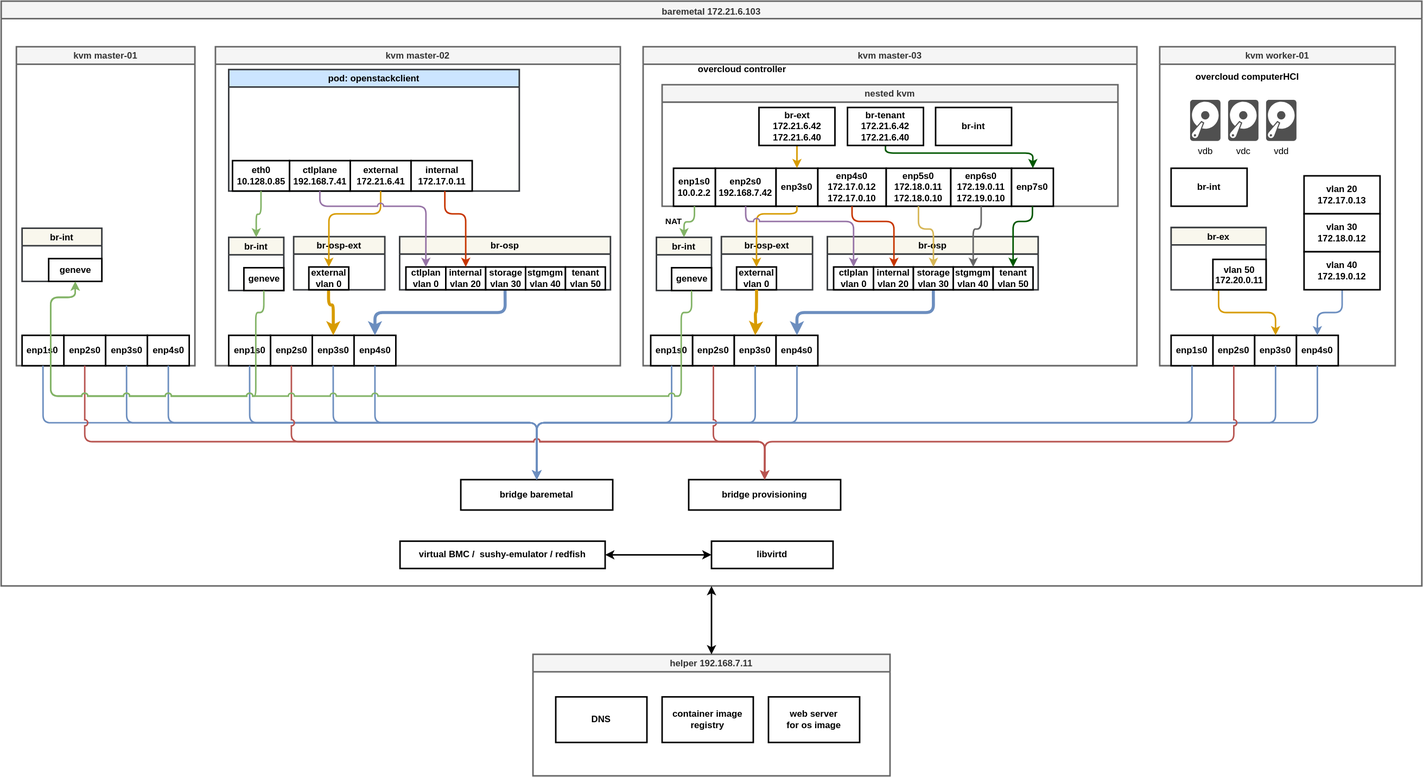
Above: ocp4/4.11/dia/ocp.osp.drawio.svg in wangzheng422/docker_env (draw.io), before the change. Source tidied: cells renumbered, new cells last; positions are measured from the earlier drawing's top-left corner, leaving out a move shared by most shapes.
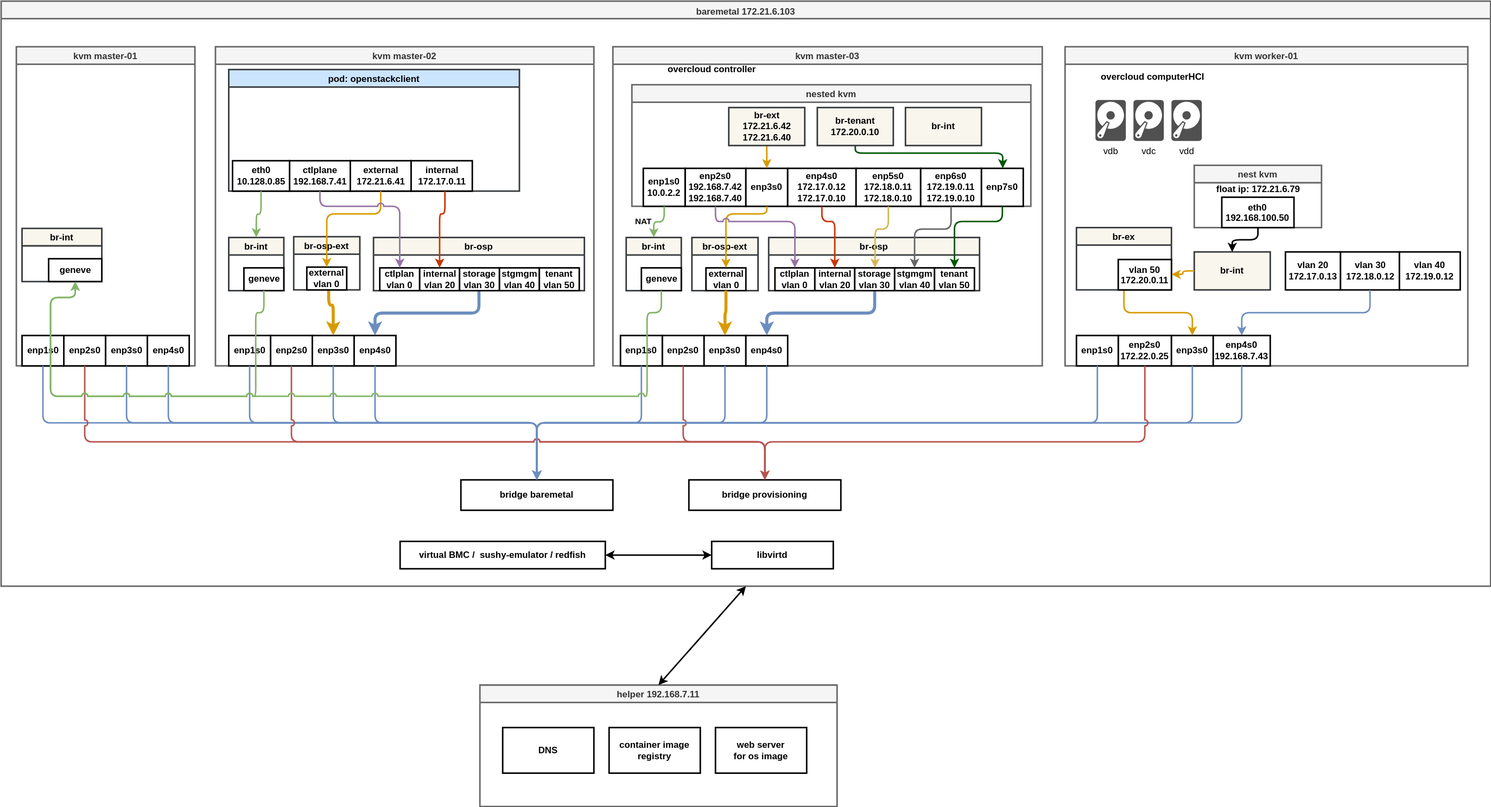
Above is the later version.

Commit message:
deploy: c0e6d85ee0d58358466898e2a4029cdd345dc902

What changed in the source:
```diff
@@ -3,7 +3,7 @@
     <mxCell id="0" />
     <mxCell id="1" parent="0" />
     <mxCell id="2" value="baremetal 172.21.6.103" style="swimlane;strokeWidth=2;verticalAlign=top;fillColor=#f5f5f5;fontColor=#333333;strokeColor=#666666;" parent="1" vertex="1">
-      <mxGeometry width="1870" height="770" as="geometry" />
+      <mxGeometry y="-40" width="1960" height="770" as="geometry" />
     </mxCell>
     <mxCell id="3" value="&lt;b&gt;virtual BMC /&amp;nbsp; sushy-emulator / redfish&lt;/b&gt;" style="rounded=0;whiteSpace=wrap;html=1;strokeWidth=2;" parent="2" vertex="1">
       <mxGeometry x="525" y="711" width="270" height="36" as="geometry" />
@@ -36,7 +36,7 @@
       <mxGeometry x="35" y="40" width="70" height="30" as="geometry" />
     </mxCell>
     <mxCell id="13" value="kvm master-02" style="swimlane;strokeWidth=2;fillColor=#f5f5f5;fontColor=#333333;strokeColor=#666666;" parent="2" vertex="1">
-      <mxGeometry x="282" y="60" width="533" height="420" as="geometry" />
+      <mxGeometry x="282" y="60" width="498" height="420" as="geometry" />
     </mxCell>
     <mxCell id="14" value="&lt;b&gt;enp2s0&lt;/b&gt;" style="rounded=0;whiteSpace=wrap;html=1;strokeWidth=2;" parent="13" vertex="1">
       <mxGeometry x="72.5" y="380" width="55" height="40" as="geometry" />
@@ -78,7 +78,7 @@
       <mxGeometry relative="1" as="geometry" />
     </mxCell>
     <mxCell id="27" value="br-osp" style="swimlane;strokeWidth=2;fillColor=#f9f7ed;strokeColor=#36393d;" parent="13" vertex="1">
-      <mxGeometry x="242.5" y="250" width="277.5" height="70" as="geometry" />
+      <mxGeometry x="208" y="251" width="277.5" height="70" as="geometry" />
     </mxCell>
     <mxCell id="28" value="&lt;b&gt;ctlplan&lt;br&gt;vlan 0&lt;br&gt;&lt;/b&gt;" style="rounded=0;whiteSpace=wrap;html=1;strokeWidth=2;" parent="27" vertex="1">
       <mxGeometry x="8.2" y="40" width="52.5" height="30" as="geometry" />
@@ -105,16 +105,16 @@
       </mxGeometry>
     </mxCell>
     <mxCell id="34" value="br-osp-ext" style="swimlane;strokeWidth=2;fillColor=#f9f7ed;strokeColor=#36393d;" parent="13" vertex="1">
-      <mxGeometry x="103" y="250" width="120" height="70" as="geometry" />
+      <mxGeometry x="103" y="250" width="87" height="70" as="geometry" />
     </mxCell>
     <mxCell id="35" value="&lt;b&gt;external&lt;br&gt;vlan 0&lt;br&gt;&lt;/b&gt;" style="rounded=0;whiteSpace=wrap;html=1;strokeWidth=2;" parent="34" vertex="1">
-      <mxGeometry x="20" y="40" width="52.5" height="30" as="geometry" />
+      <mxGeometry x="17.2" y="40" width="52.5" height="30" as="geometry" />
     </mxCell>
     <mxCell id="36" style="edgeStyle=orthogonalEdgeStyle;jumpStyle=arc;html=1;strokeWidth=2;fillColor=#ffe6cc;strokeColor=#d79b00;exitX=0.5;exitY=1;exitDx=0;exitDy=0;entryX=0.5;entryY=0;entryDx=0;entryDy=0;" parent="13" edge="1" source="20" target="35">
       <mxGeometry relative="1" as="geometry">
         <Array as="points">
           <mxPoint x="218" y="220" />
-          <mxPoint x="149" y="220" />
+          <mxPoint x="147" y="220" />
         </Array>
       </mxGeometry>
     </mxCell>
@@ -122,7 +122,8 @@
       <mxGeometry relative="1" as="geometry">
         <Array as="points">
           <mxPoint x="138" y="210" />
-          <mxPoint x="277" y="210" />
+          <mxPoint x="243" y="210" />
+          <mxPoint x="243" y="291" />
         </Array>
       </mxGeometry>
     </mxCell>
@@ -130,17 +131,17 @@
       <mxGeometry relative="1" as="geometry">
         <Array as="points">
           <mxPoint x="302" y="220" />
-          <mxPoint x="329" y="220" />
+          <mxPoint x="295" y="220" />
         </Array>
       </mxGeometry>
     </mxCell>
     <mxCell id="39" value="kvm master-03" style="swimlane;strokeWidth=2;fillColor=#f5f5f5;fontColor=#333333;strokeColor=#666666;" parent="2" vertex="1">
-      <mxGeometry x="845" y="60" width="650" height="420" as="geometry" />
+      <mxGeometry x="805" y="60" width="565" height="420" as="geometry" />
     </mxCell>
     <mxCell id="40" value="nested kvm" style="swimlane;strokeWidth=2;fillColor=#f5f5f5;fontColor=#333333;strokeColor=#666666;" parent="39" vertex="1">
-      <mxGeometry x="25" y="50" width="600" height="160" as="geometry" />
+      <mxGeometry x="25" y="50" width="525" height="160" as="geometry" />
     </mxCell>
-    <mxCell id="41" value="&lt;b&gt;enp2s0&lt;/b&gt;&lt;br&gt;&lt;b&gt;192.168.7.42&lt;/b&gt;" style="rounded=0;whiteSpace=wrap;html=1;strokeWidth=2;" parent="40" vertex="1">
+    <mxCell id="41" value="&lt;b&gt;enp2s0&lt;/b&gt;&lt;br&gt;&lt;b&gt;192.168.7.42&lt;br&gt;192.168.7.40&lt;br&gt;&lt;/b&gt;" style="rounded=0;whiteSpace=wrap;html=1;strokeWidth=2;" parent="40" vertex="1">
       <mxGeometry x="70" y="110" width="80" height="50" as="geometry" />
     </mxCell>
     <mxCell id="42" value="&lt;b&gt;enp3s0&lt;/b&gt;" style="rounded=0;whiteSpace=wrap;html=1;strokeWidth=2;" parent="40" vertex="1">
@@ -164,7 +165,7 @@
     <mxCell id="48" style="edgeStyle=orthogonalEdgeStyle;jumpStyle=arc;html=1;strokeWidth=2;fillColor=#ffe6cc;strokeColor=#d79b00;" parent="40" edge="1" source="49" target="42">
       <mxGeometry relative="1" as="geometry" />
     </mxCell>
-    <mxCell id="49" value="&lt;b&gt;br-ext&lt;/b&gt;&lt;br&gt;&lt;b&gt;172.21.6.42&lt;/b&gt;&lt;br&gt;&lt;b&gt;172.21.6.40&lt;/b&gt;" style="rounded=0;whiteSpace=wrap;html=1;strokeWidth=2;" parent="40" vertex="1">
+    <mxCell id="49" value="&lt;b&gt;br-ext&lt;/b&gt;&lt;br&gt;&lt;b&gt;172.21.6.42&lt;/b&gt;&lt;br&gt;&lt;b&gt;172.21.6.40&lt;/b&gt;" style="rounded=0;whiteSpace=wrap;html=1;strokeWidth=2;fillColor=#f9f7ed;strokeColor=#36393d;" parent="40" vertex="1">
       <mxGeometry x="127.5" y="30" width="100" height="50" as="geometry" />
     </mxCell>
     <mxCell id="50" style="edgeStyle=orthogonalEdgeStyle;jumpStyle=arc;html=1;strokeWidth=2;fillColor=#008a00;strokeColor=#005700;" parent="40" edge="1" source="51" target="47">
@@ -175,10 +176,10 @@
         </Array>
       </mxGeometry>
     </mxCell>
-    <mxCell id="51" value="&lt;b&gt;br-tenant&lt;/b&gt;&lt;br&gt;&lt;b&gt;172.21.6.42&lt;/b&gt;&lt;br&gt;&lt;b&gt;172.21.6.40&lt;/b&gt;" style="rounded=0;whiteSpace=wrap;html=1;strokeWidth=2;" parent="40" vertex="1">
+    <mxCell id="51" value="&lt;b&gt;br-tenant&lt;/b&gt;&lt;br&gt;&lt;b&gt;172.20.0.10&lt;/b&gt;" style="rounded=0;whiteSpace=wrap;html=1;strokeWidth=2;fillColor=#f9f7ed;strokeColor=#36393d;" parent="40" vertex="1">
       <mxGeometry x="244" y="30" width="100" height="50" as="geometry" />
     </mxCell>
-    <mxCell id="52" value="&lt;b&gt;br-int&lt;/b&gt;" style="rounded=0;whiteSpace=wrap;html=1;strokeWidth=2;" parent="40" vertex="1">
+    <mxCell id="52" value="&lt;b&gt;br-int&lt;/b&gt;" style="rounded=0;whiteSpace=wrap;html=1;strokeWidth=2;fillColor=#f9f7ed;strokeColor=#36393d;" parent="40" vertex="1">
       <mxGeometry x="360" y="30" width="100" height="50" as="geometry" />
     </mxCell>
     <mxCell id="53" value="&lt;b&gt;overcloud controller&lt;/b&gt;" style="text;html=1;align=center;verticalAlign=middle;strokeColor=none;fillColor=none;strokeWidth=2;" parent="39" vertex="1">
@@ -206,7 +207,7 @@
       <mxGeometry relative="1" as="geometry" />
     </mxCell>
     <mxCell id="61" value="br-osp" style="swimlane;strokeWidth=2;fillColor=#f9f7ed;strokeColor=#36393d;" parent="39" vertex="1">
-      <mxGeometry x="242.5" y="250" width="277.5" height="70" as="geometry" />
+      <mxGeometry x="205" y="251" width="277.5" height="70" as="geometry" />
     </mxCell>
     <mxCell id="62" value="&lt;b&gt;ctlplan&lt;br&gt;vlan 0&lt;br&gt;&lt;/b&gt;" style="rounded=0;whiteSpace=wrap;html=1;strokeWidth=2;" parent="61" vertex="1">
       <mxGeometry x="8.2" y="40" width="52.5" height="30" as="geometry" />
@@ -224,10 +225,10 @@
       <mxGeometry x="218.2" y="40" width="52.5" height="30" as="geometry" />
     </mxCell>
     <mxCell id="67" value="br-osp-ext" style="swimlane;strokeWidth=2;fillColor=#f9f7ed;strokeColor=#36393d;" parent="39" vertex="1">
-      <mxGeometry x="103" y="250" width="120" height="70" as="geometry" />
+      <mxGeometry x="104" y="251" width="87" height="70" as="geometry" />
     </mxCell>
     <mxCell id="68" value="&lt;b&gt;external&lt;br&gt;vlan 0&lt;br&gt;&lt;/b&gt;" style="rounded=0;whiteSpace=wrap;html=1;strokeWidth=2;" parent="67" vertex="1">
-      <mxGeometry x="20" y="40" width="52.5" height="30" as="geometry" />
+      <mxGeometry x="18.5" y="40" width="52.5" height="30" as="geometry" />
     </mxCell>
     <mxCell id="69" style="edgeStyle=orthogonalEdgeStyle;jumpStyle=arc;html=1;entryX=0.5;entryY=0;entryDx=0;entryDy=0;strokeWidth=2;fillColor=#ffe6cc;strokeColor=#d79b00;" parent="39" edge="1" source="42" target="68">
       <mxGeometry relative="1" as="geometry">
@@ -247,7 +248,8 @@
       <mxGeometry relative="1" as="geometry">
         <Array as="points">
           <mxPoint x="513" y="230" />
-          <mxPoint x="487" y="230" />
+          <mxPoint x="450" y="230" />
+          <mxPoint x="450" y="291" />
         </Array>
       </mxGeometry>
     </mxCell>
@@ -255,7 +257,8 @@
       <mxGeometry relative="1" as="geometry">
         <Array as="points">
           <mxPoint x="135" y="230" />
-          <mxPoint x="277" y="230" />
+          <mxPoint x="240" y="230" />
+          <mxPoint x="240" y="291" />
         </Array>
       </mxGeometry>
     </mxCell>
@@ -263,8 +266,7 @@
       <mxGeometry relative="1" as="geometry">
         <Array as="points">
           <mxPoint x="275" y="230" />
-          <mxPoint x="330" y="230" />
-          <mxPoint x="330" y="290" />
+          <mxPoint x="292" y="230" />
         </Array>
       </mxGeometry>
     </mxCell>
@@ -272,7 +274,7 @@
       <mxGeometry relative="1" as="geometry">
         <Array as="points">
           <mxPoint x="363" y="240" />
-          <mxPoint x="382" y="240" />
+          <mxPoint x="345" y="240" />
         </Array>
       </mxGeometry>
     </mxCell>
@@ -280,12 +282,12 @@
       <mxGeometry relative="1" as="geometry">
         <Array as="points">
           <mxPoint x="445" y="240" />
-          <mxPoint x="435" y="240" />
+          <mxPoint x="397" y="240" />
         </Array>
       </mxGeometry>
     </mxCell>
     <mxCell id="77" value="kvm worker-01" style="swimlane;strokeWidth=2;verticalAlign=middle;fillColor=#f5f5f5;fontColor=#333333;strokeColor=#666666;" parent="2" vertex="1">
-      <mxGeometry x="1525" y="60" width="310" height="420" as="geometry" />
+      <mxGeometry x="1400" y="60" width="530" height="420" as="geometry" />
     </mxCell>
     <mxCell id="78" value="&lt;b&gt;overcloud computerHCI&lt;/b&gt;" style="text;html=1;align=center;verticalAlign=middle;strokeColor=none;fillColor=none;" parent="77" vertex="1">
       <mxGeometry x="40" y="30" width="150" height="20" as="geometry" />
@@ -299,35 +301,35 @@
     <mxCell id="81" value="vdd" style="sketch=0;shadow=0;dashed=0;html=1;strokeColor=none;fillColor=#505050;labelPosition=center;verticalLabelPosition=bottom;verticalAlign=top;align=center;shape=mxgraph.office.devices.hard_disk;" parent="77" vertex="1">
       <mxGeometry x="140" y="70" width="40" height="54" as="geometry" />
     </mxCell>
-    <mxCell id="82" value="&lt;b&gt;enp2s0&lt;/b&gt;" style="rounded=0;whiteSpace=wrap;html=1;strokeWidth=2;" parent="77" vertex="1">
-      <mxGeometry x="70" y="380" width="55" height="40" as="geometry" />
+    <mxCell id="82" value="&lt;b&gt;enp2s0&lt;/b&gt;&lt;br&gt;&lt;b&gt;172.22.0.25&lt;/b&gt;" style="rounded=0;whiteSpace=wrap;html=1;strokeWidth=2;" parent="77" vertex="1">
+      <mxGeometry x="70" y="380" width="70" height="40" as="geometry" />
     </mxCell>
     <mxCell id="83" value="&lt;b&gt;enp3s0&lt;/b&gt;" style="rounded=0;whiteSpace=wrap;html=1;strokeWidth=2;" parent="77" vertex="1">
-      <mxGeometry x="125" y="380" width="55" height="40" as="geometry" />
+      <mxGeometry x="140" y="380" width="55" height="40" as="geometry" />
     </mxCell>
-    <mxCell id="84" value="&lt;b&gt;enp4s0&lt;/b&gt;" style="rounded=0;whiteSpace=wrap;html=1;strokeWidth=2;" parent="77" vertex="1">
-      <mxGeometry x="180" y="380" width="55" height="40" as="geometry" />
+    <mxCell id="84" value="&lt;b&gt;enp4s0&lt;/b&gt;&lt;br&gt;&lt;b&gt;192.168.7.43&lt;/b&gt;" style="rounded=0;whiteSpace=wrap;html=1;strokeWidth=2;" parent="77" vertex="1">
+      <mxGeometry x="195" y="380" width="75" height="40" as="geometry" />
     </mxCell>
     <mxCell id="85" value="&lt;b&gt;enp1s0&lt;/b&gt;" style="rounded=0;whiteSpace=wrap;html=1;strokeWidth=2;" parent="77" vertex="1">
       <mxGeometry x="15" y="380" width="55" height="40" as="geometry" />
     </mxCell>
-    <mxCell id="86" value="&lt;b&gt;br-int&lt;/b&gt;" style="rounded=0;whiteSpace=wrap;html=1;strokeWidth=2;" parent="77" vertex="1">
-      <mxGeometry x="15" y="160" width="100" height="50" as="geometry" />
+    <mxCell id="86" value="&lt;b&gt;br-int&lt;/b&gt;" style="rounded=0;whiteSpace=wrap;html=1;strokeWidth=2;fillColor=#f9f7ed;strokeColor=#36393d;" parent="77" vertex="1">
+      <mxGeometry x="170" y="270" width="100" height="50" as="geometry" />
     </mxCell>
     <mxCell id="87" style="edgeStyle=orthogonalEdgeStyle;jumpStyle=arc;html=1;entryX=0.5;entryY=0;entryDx=0;entryDy=0;strokeWidth=2;fillColor=#ffe6cc;strokeColor=#d79b00;exitX=0.5;exitY=1;exitDx=0;exitDy=0;" parent="77" edge="1" source="92" target="83">
       <mxGeometry relative="1" as="geometry" />
     </mxCell>
     <mxCell id="88" value="&lt;b&gt;vlan 20&lt;/b&gt;&lt;br&gt;&lt;b&gt;172.17.0.13&lt;/b&gt;" style="rounded=0;whiteSpace=wrap;html=1;strokeWidth=2;" parent="77" vertex="1">
-      <mxGeometry x="190" y="170" width="100" height="50" as="geometry" />
+      <mxGeometry x="290" y="270" width="72.5" height="50" as="geometry" />
     </mxCell>
     <mxCell id="89" value="&lt;b&gt;vlan 30&lt;/b&gt;&lt;br&gt;&lt;b&gt;172.18.0.12&lt;/b&gt;" style="rounded=0;whiteSpace=wrap;html=1;strokeWidth=2;" parent="77" vertex="1">
-      <mxGeometry x="190" y="220" width="100" height="50" as="geometry" />
+      <mxGeometry x="362.5" y="270" width="77.5" height="50" as="geometry" />
     </mxCell>
-    <mxCell id="90" style="edgeStyle=orthogonalEdgeStyle;jumpStyle=arc;html=1;entryX=0.5;entryY=0;entryDx=0;entryDy=0;strokeWidth=2;fillColor=#dae8fc;strokeColor=#6c8ebf;" parent="77" edge="1" source="91" target="84">
+    <mxCell id="90" style="edgeStyle=orthogonalEdgeStyle;jumpStyle=arc;html=1;entryX=0.5;entryY=0;entryDx=0;entryDy=0;strokeWidth=2;fillColor=#dae8fc;strokeColor=#6c8ebf;exitX=0.5;exitY=1;exitDx=0;exitDy=0;" parent="77" edge="1" source="89" target="84">
       <mxGeometry relative="1" as="geometry" />
     </mxCell>
     <mxCell id="91" value="&lt;b&gt;vlan 40&lt;/b&gt;&lt;br&gt;&lt;b&gt;172.19.0.12&lt;/b&gt;" style="rounded=0;whiteSpace=wrap;html=1;strokeWidth=2;" parent="77" vertex="1">
-      <mxGeometry x="190" y="270" width="100" height="50" as="geometry" />
+      <mxGeometry x="440" y="270" width="80" height="50" as="geometry" />
     </mxCell>
     <mxCell id="92" value="br-ex" style="swimlane;strokeWidth=2;fillColor=#f9f7ed;strokeColor=#36393d;" parent="77" vertex="1">
       <mxGeometry x="15" y="238" width="125" height="82" as="geometry" />
@@ -335,6 +337,21 @@
     <mxCell id="93" value="&lt;b&gt;vlan 50&lt;/b&gt;&lt;br&gt;&lt;b&gt;172.20.0.11&lt;/b&gt;" style="rounded=0;whiteSpace=wrap;html=1;strokeWidth=2;verticalAlign=top;" parent="92" vertex="1">
       <mxGeometry x="55" y="42" width="70" height="40" as="geometry" />
     </mxCell>
+    <mxCell id="119" style="edgeStyle=orthogonalEdgeStyle;jumpStyle=arc;html=1;entryX=1;entryY=0.75;entryDx=0;entryDy=0;strokeWidth=2;fillColor=#ffe6cc;strokeColor=#d79b00;exitX=0;exitY=0.5;exitDx=0;exitDy=0;" parent="77" edge="1" source="86" target="92">
+      <mxGeometry relative="1" as="geometry" />
+    </mxCell>
+    <mxCell id="120" value="nest kvm" style="swimlane;strokeWidth=2;fillColor=#f5f5f5;strokeColor=#666666;fontColor=#333333;" parent="77" vertex="1">
+      <mxGeometry x="170" y="156" width="167.5" height="82" as="geometry" />
+    </mxCell>
+    <mxCell id="121" value="&lt;b&gt;eth0&lt;br&gt;192.168.100.50&lt;br&gt;&lt;/b&gt;" style="rounded=0;whiteSpace=wrap;html=1;strokeWidth=2;verticalAlign=top;" parent="120" vertex="1">
+      <mxGeometry x="36.2" y="42" width="95" height="40" as="geometry" />
+    </mxCell>
+    <mxCell id="122" value="&lt;b&gt;float ip: 172.21.6.79&lt;/b&gt;" style="text;html=1;align=center;verticalAlign=middle;strokeColor=none;fillColor=none;" parent="120" vertex="1">
+      <mxGeometry x="18.8" y="22" width="130" height="20" as="geometry" />
+    </mxCell>
+    <mxCell id="123" style="edgeStyle=orthogonalEdgeStyle;html=1;entryX=0.5;entryY=0;entryDx=0;entryDy=0;strokeWidth=2;" parent="77" edge="1" source="121" target="86">
+      <mxGeometry relative="1" as="geometry" />
+    </mxCell>
     <mxCell id="94" value="&lt;b&gt;bridge baremetal&lt;/b&gt;" style="rounded=0;whiteSpace=wrap;html=1;strokeWidth=2;" parent="2" vertex="1">
       <mxGeometry x="605" y="630" width="200" height="40" as="geometry" />
     </mxCell>
@@ -407,9 +424,9 @@
     <mxCell id="109" style="edgeStyle=orthogonalEdgeStyle;jumpStyle=arc;html=1;entryX=0.5;entryY=1;entryDx=0;entryDy=0;strokeWidth=2;fillColor=#d5e8d4;strokeColor=#82b366;exitX=0.5;exitY=1;exitDx=0;exitDy=0;" parent="2" edge="1" source="59" target="12">
       <mxGeometry relative="1" as="geometry">
         <Array as="points">
-          <mxPoint x="909" y="410" />
-          <mxPoint x="895" y="410" />
-          <mxPoint x="895" y="520" />
+          <mxPoint x="869" y="410" />
+          <mxPoint x="850" y="410" />
+          <mxPoint x="850" y="520" />
           <mxPoint x="65" y="520" />
           <mxPoint x="65" y="390" />
           <mxPoint x="98" y="390" />
@@ -428,13 +445,13 @@
     <mxCell id="113" style="edgeStyle=orthogonalEdgeStyle;html=1;strokeWidth=2;fillColor=#f8cecc;strokeColor=#b85450;jumpStyle=arc;exitX=0.5;exitY=1;exitDx=0;exitDy=0;entryX=0.5;entryY=0;entryDx=0;entryDy=0;" parent="2" edge="1" source="82" target="95">
       <mxGeometry relative="1" as="geometry">
         <Array as="points">
-          <mxPoint x="1622" y="580" />
+          <mxPoint x="1505" y="580" />
           <mxPoint x="1005" y="580" />
         </Array>
       </mxGeometry>
     </mxCell>
     <mxCell id="114" value="helper 192.168.7.11" style="swimlane;strokeWidth=2;fillColor=#f5f5f5;fontColor=#333333;strokeColor=#666666;" parent="1" vertex="1">
-      <mxGeometry x="700" y="860" width="470" height="160" as="geometry" />
+      <mxGeometry x="630" y="860" width="470" height="160" as="geometry" />
     </mxCell>
     <mxCell id="115" value="&lt;b&gt;DNS&lt;/b&gt;" style="rounded=0;whiteSpace=wrap;html=1;strokeWidth=2;" parent="114" vertex="1">
       <mxGeometry x="30" y="56" width="120" height="60" as="geometry" />
```
